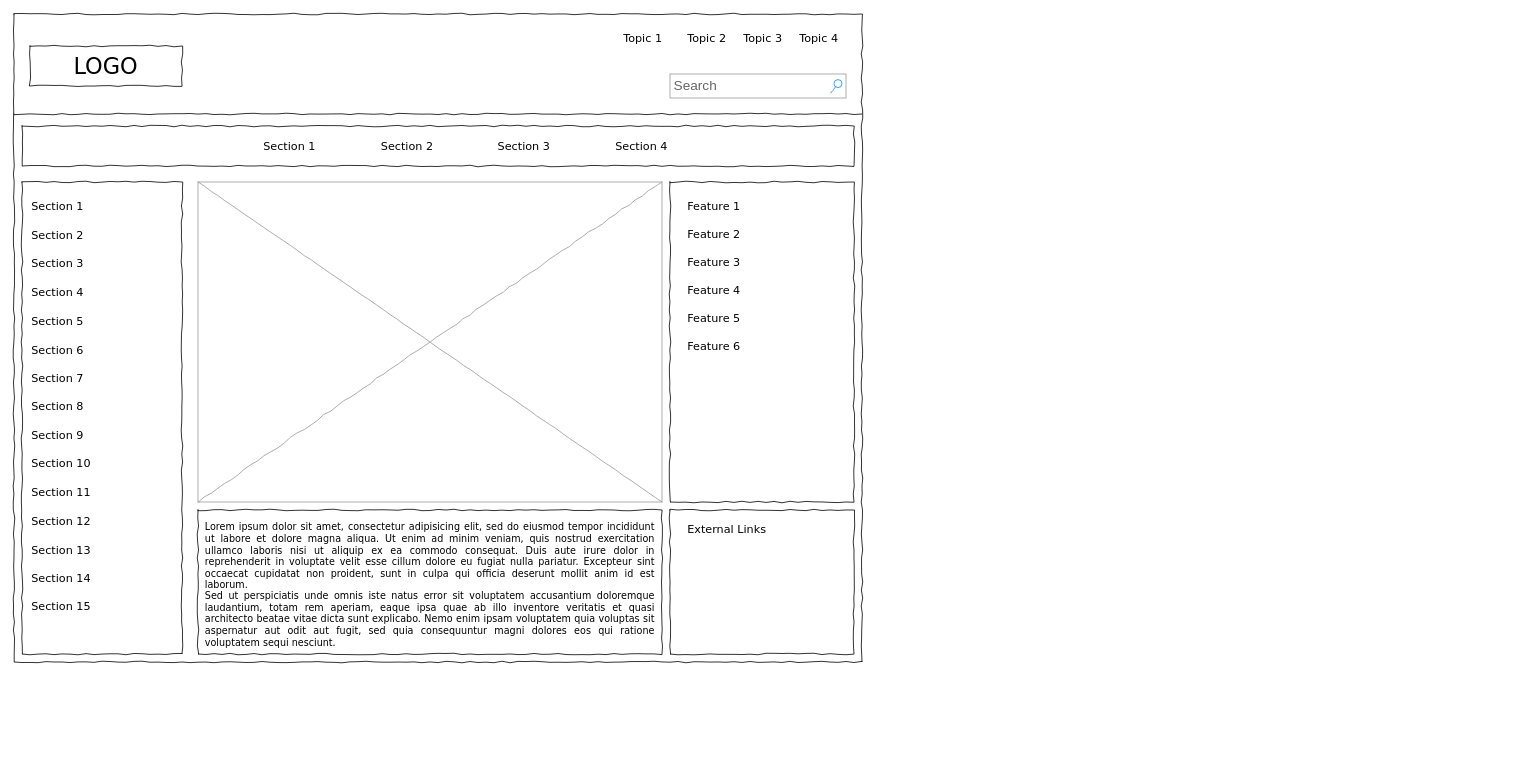
Above: Untitled Diagram.drawio in s-bramer/ModelViz (draw.io), before the change. Source tidied: cells renumbered, new cells numbered last; positions are measured from the earlier drawing's top-left corner, leaving out a move shared by most shapes. Both pictures are drawn from the tidied source at 80%, with x=0, y=0 at pixel (14, 14).
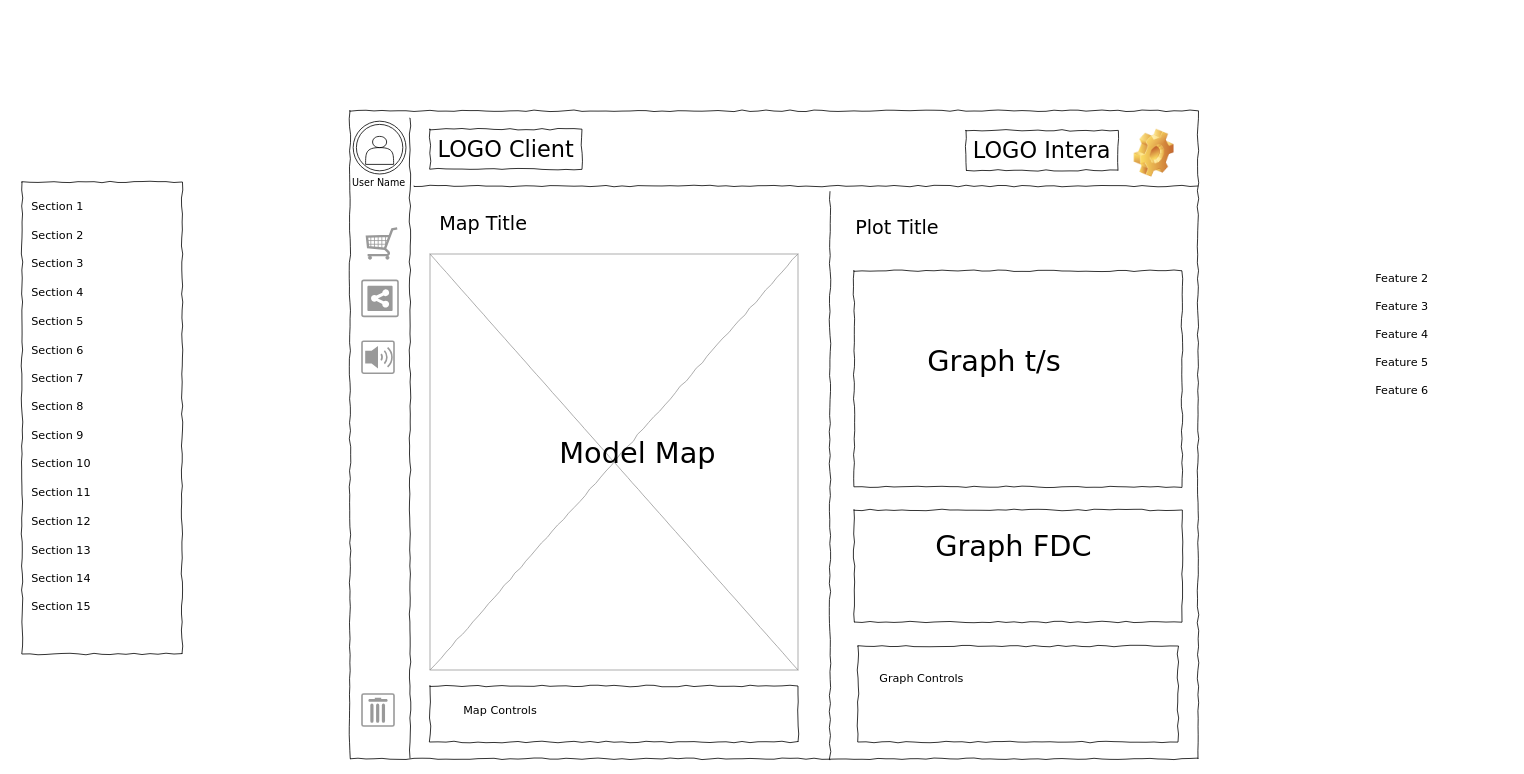
The same page after the edit.

Diff of the diagram source:
```diff
@@
+    <mxCell id="42" style="ellipse;shape=doubleEllipse;whiteSpace=wrap;html=1;" parent="1" vertex="1">
+      <mxGeometry x="424" y="134" width="66" height="66" as="geometry" />
+    </mxCell>
     <mxCell id="2" style="whiteSpace=wrap;html=1;rounded=0;shadow=0;labelBackgroundColor=none;strokeColor=#000000;strokeWidth=1;fillColor=none;fontFamily=Verdana;fontSize=12;fontColor=#000000;align=center;comic=1;" parent="1" vertex="1">
-      <mxGeometry width="1060" height="810" as="geometry" />
+      <mxGeometry x="420" y="121" width="1060" height="810" as="geometry" />
     </mxCell>
-    <mxCell id="3" value="LOGO" style="whiteSpace=wrap;html=1;rounded=0;shadow=0;labelBackgroundColor=none;strokeWidth=1;fontFamily=Verdana;fontSize=28;align=center;comic=1;" parent="1" vertex="1">
-      <mxGeometry x="20" y="40" width="190" height="50" as="geometry" />
+    <mxCell id="3" value="LOGO Client" style="whiteSpace=wrap;html=1;rounded=0;shadow=0;labelBackgroundColor=none;strokeWidth=1;fontFamily=Verdana;fontSize=28;align=center;comic=1;" parent="1" vertex="1">
+      <mxGeometry x="520" y="144" width="190" height="50" as="geometry" />
     </mxCell>
-    <mxCell id="4" value="Search" style="strokeWidth=1;shadow=0;dashed=0;align=center;html=1;shape=mxgraph.mockup.forms.searchBox;strokeColor=#999999;mainText=;strokeColor2=#008cff;fontColor=#666666;fontSize=17;align=left;spacingLeft=3;rounded=0;labelBackgroundColor=none;comic=1;" parent="1" vertex="1">
-      <mxGeometry x="820" y="75" width="220" height="30" as="geometry" />
-    </mxCell>
-    <mxCell id="5" value="Topic 1" style="text;html=1;align=left;verticalAlign=top;spacingTop=-4;fontSize=14;fontFamily=Verdana;" parent="1" vertex="1">
-      <mxGeometry x="760" y="20" width="60" height="20" as="geometry" />
-    </mxCell>
-    <mxCell id="6" value="Topic 2" style="text;html=1;align=left;verticalAlign=top;spacingTop=-4;fontSize=14;fontFamily=Verdana;" parent="1" vertex="1">
-      <mxGeometry x="840" y="20" width="60" height="20" as="geometry" />
-    </mxCell>
-    <mxCell id="7" value="Topic 3" style="text;html=1;align=left;verticalAlign=top;spacingTop=-4;fontSize=14;fontFamily=Verdana;" parent="1" vertex="1">
-      <mxGeometry x="910" y="20" width="60" height="20" as="geometry" />
-    </mxCell>
-    <mxCell id="8" value="Topic 4" style="text;html=1;align=left;verticalAlign=top;spacingTop=-4;fontSize=14;fontFamily=Verdana;" parent="1" vertex="1">
-      <mxGeometry x="980" y="20" width="60" height="20" as="geometry" />
-    </mxCell>
@@
     <mxCell id="10" style="line;strokeWidth=1;html=1;rounded=0;shadow=0;labelBackgroundColor=none;fillColor=none;fontFamily=Verdana;fontSize=14;fontColor=#000000;align=center;comic=1;" parent="1" vertex="1">
-      <mxGeometry y="120" width="1060" height="10" as="geometry" />
+      <mxGeometry x="500" y="210" width="980" height="10" as="geometry" />
     </mxCell>
-    <mxCell id="11" style="whiteSpace=wrap;html=1;rounded=0;shadow=0;labelBackgroundColor=none;strokeWidth=1;fillColor=none;fontFamily=Verdana;fontSize=12;align=center;comic=1;" parent="1" vertex="1">
-      <mxGeometry x="10" y="140" width="1040" height="50" as="geometry" />
-    </mxCell>
-    <mxCell id="12" value="Section 1" style="text;html=1;align=left;verticalAlign=top;spacingTop=-4;fontSize=14;fontFamily=Verdana;" parent="1" vertex="1">
-      <mxGeometry x="310" y="155" width="60" height="20" as="geometry" />
+    <mxCell id="12" value="&lt;font style=&quot;font-size: 24px;&quot;&gt;Map Title&lt;/font&gt;" style="text;html=1;align=left;verticalAlign=top;spacingTop=-4;fontSize=14;fontFamily=Verdana;" parent="1" vertex="1">
+      <mxGeometry x="530" y="246" width="130" height="34" as="geometry" />
     </mxCell>
-    <mxCell id="13" value="Section 2" style="text;html=1;align=left;verticalAlign=top;spacingTop=-4;fontSize=14;fontFamily=Verdana;" parent="1" vertex="1">
-      <mxGeometry x="457" y="155" width="60" height="20" as="geometry" />
-    </mxCell>
-    <mxCell id="14" value="Section 3" style="text;html=1;align=left;verticalAlign=top;spacingTop=-4;fontSize=14;fontFamily=Verdana;" parent="1" vertex="1">
-      <mxGeometry x="603" y="155" width="60" height="20" as="geometry" />
-    </mxCell>
-    <mxCell id="15" value="Section 4" style="text;html=1;align=left;verticalAlign=top;spacingTop=-4;fontSize=14;fontFamily=Verdana;" parent="1" vertex="1">
-      <mxGeometry x="750" y="155" width="60" height="20" as="geometry" />
-    </mxCell>
-    <mxCell id="16" value="&lt;div style=&quot;text-align: justify&quot;&gt;&lt;span&gt;Lorem ipsum dolor sit amet, consectetur adipisicing elit, sed do eiusmod tempor incididunt ut labore et dolore magna aliqua. Ut enim ad minim veniam, quis nostrud exercitation ullamco laboris nisi ut aliquip ex ea commodo consequat. Duis aute irure dolor in reprehenderit in voluptate velit esse cillum dolore eu fugiat nulla pariatur. Excepteur sint occaecat cupidatat non proident, sunt in culpa qui officia deserunt mollit anim id est laborum.&lt;/span&gt;&lt;/div&gt;&lt;div style=&quot;text-align: justify&quot;&gt;&lt;span&gt;Sed ut perspiciatis unde omnis iste natus error sit voluptatem accusantium doloremque laudantium, totam rem aperiam, eaque ipsa quae ab illo inventore veritatis et quasi architecto beatae vitae dicta sunt explicabo. Nemo enim ipsam voluptatem quia voluptas sit aspernatur aut odit aut fugit, sed quia consequuntur magni dolores eos qui ratione voluptatem sequi nesciunt.&amp;nbsp;&lt;/span&gt;&lt;/div&gt;" style="whiteSpace=wrap;html=1;rounded=0;shadow=0;labelBackgroundColor=none;strokeWidth=1;fillColor=none;fontFamily=Verdana;fontSize=12;align=center;verticalAlign=top;spacing=10;comic=1;" parent="1" vertex="1">
-      <mxGeometry x="230" y="620" width="580" height="180" as="geometry" />
-    </mxCell>
     <mxCell id="17" style="verticalLabelPosition=bottom;shadow=0;dashed=0;align=center;html=1;verticalAlign=top;strokeWidth=1;shape=mxgraph.mockup.graphics.simpleIcon;strokeColor=#999999;rounded=0;labelBackgroundColor=none;fontFamily=Verdana;fontSize=14;fontColor=#000000;comic=1;" parent="1" vertex="1">
-      <mxGeometry x="230" y="210" width="580" height="400" as="geometry" />
+      <mxGeometry x="520" y="300" width="460" height="520" as="geometry" />
     </mxCell>
     <mxCell id="18" style="whiteSpace=wrap;html=1;rounded=0;shadow=0;labelBackgroundColor=none;strokeWidth=1;fillColor=none;fontFamily=Verdana;fontSize=12;align=center;comic=1;" parent="1" vertex="1">
-      <mxGeometry x="820" y="210" width="230" height="400" as="geometry" />
+      <mxGeometry x="1050" y="321" width="410" height="270" as="geometry" />
     </mxCell>
     <mxCell id="19" style="whiteSpace=wrap;html=1;rounded=0;shadow=0;labelBackgroundColor=none;strokeWidth=1;fillColor=none;fontFamily=Verdana;fontSize=12;align=center;comic=1;" parent="1" vertex="1">
-      <mxGeometry x="820" y="620" width="230" height="180" as="geometry" />
+      <mxGeometry x="1055" y="790" width="400" height="120" as="geometry" />
     </mxCell>
@@
-    <mxCell id="35" value="External Links" style="text;html=1;align=left;verticalAlign=top;spacingTop=-4;fontSize=14;fontFamily=Verdana;" parent="1" vertex="1">
-      <mxGeometry x="840" y="633" width="170" height="20" as="geometry" />
+    <mxCell id="35" value="&lt;font style=&quot;font-size: 36px;&quot;&gt;Graph t/s&lt;/font&gt;" style="text;html=1;align=left;verticalAlign=top;spacingTop=-4;fontSize=14;fontFamily=Verdana;" parent="1" vertex="1">
+      <mxGeometry x="1140" y="410" width="195" height="57" as="geometry" />
     </mxCell>
-    <mxCell id="36" value="Feature 1" style="text;html=1;align=left;verticalAlign=top;spacingTop=-4;fontSize=14;fontFamily=Verdana;" parent="1" vertex="1">
-      <mxGeometry x="840" y="230" width="170" height="20" as="geometry" />
-    </mxCell>
     <mxCell id="37" value="Feature 2" style="text;html=1;align=left;verticalAlign=top;spacingTop=-4;fontSize=14;fontFamily=Verdana;" parent="1" vertex="1">
-      <mxGeometry x="840" y="265" width="170" height="20" as="geometry" />
+      <mxGeometry x="1700" y="320" width="170" height="20" as="geometry" />
     </mxCell>
     <mxCell id="38" value="Feature 3" style="text;html=1;align=left;verticalAlign=top;spacingTop=-4;fontSize=14;fontFamily=Verdana;" parent="1" vertex="1">
-      <mxGeometry x="840" y="300" width="170" height="20" as="geometry" />
+      <mxGeometry x="1700" y="355" width="170" height="20" as="geometry" />
     </mxCell>
     <mxCell id="39" value="Feature 4" style="text;html=1;align=left;verticalAlign=top;spacingTop=-4;fontSize=14;fontFamily=Verdana;" parent="1" vertex="1">
-      <mxGeometry x="840" y="335" width="170" height="20" as="geometry" />
+      <mxGeometry x="1700" y="390" width="170" height="20" as="geometry" />
     </mxCell>
     <mxCell id="40" value="Feature 5" style="text;html=1;align=left;verticalAlign=top;spacingTop=-4;fontSize=14;fontFamily=Verdana;" parent="1" vertex="1">
-      <mxGeometry x="840" y="370" width="170" height="20" as="geometry" />
+      <mxGeometry x="1700" y="425" width="170" height="20" as="geometry" />
     </mxCell>
     <mxCell id="41" value="Feature 6" style="text;html=1;align=left;verticalAlign=top;spacingTop=-4;fontSize=14;fontFamily=Verdana;" parent="1" vertex="1">
-      <mxGeometry x="840" y="405" width="170" height="20" as="geometry" />
+      <mxGeometry x="1700" y="460" width="170" height="20" as="geometry" />
     </mxCell>
+    <mxCell id="43" style="whiteSpace=wrap;html=1;rounded=0;shadow=0;labelBackgroundColor=none;strokeWidth=1;fillColor=none;fontFamily=Verdana;fontSize=12;align=center;comic=1;" parent="1" vertex="1">
+      <mxGeometry x="520" y="840" width="460" height="70" as="geometry" />
+    </mxCell>
+    <mxCell id="36" value="Map Controls" style="text;html=1;align=left;verticalAlign=top;spacingTop=-4;fontSize=14;fontFamily=Verdana;" parent="1" vertex="1">
+      <mxGeometry x="560" y="860" width="170" height="20" as="geometry" />
+    </mxCell>
+    <mxCell id="44" value="LOGO Intera" style="whiteSpace=wrap;html=1;rounded=0;shadow=0;labelBackgroundColor=none;strokeWidth=1;fontFamily=Verdana;fontSize=28;align=center;comic=1;" parent="1" vertex="1">
+      <mxGeometry x="1190" y="145.5" width="190" height="50" as="geometry" />
+    </mxCell>
+    <mxCell id="45" value="&lt;font style=&quot;font-size: 36px;&quot;&gt;Model Map&lt;/font&gt;" style="text;html=1;align=left;verticalAlign=top;spacingTop=-4;fontSize=14;fontFamily=Verdana;" parent="1" vertex="1">
+      <mxGeometry x="680" y="525" width="210" height="60" as="geometry" />
+    </mxCell>
+    <mxCell id="46" style="line;strokeWidth=1;html=1;rounded=0;shadow=0;labelBackgroundColor=none;fillColor=none;fontFamily=Verdana;fontSize=14;fontColor=#000000;align=center;comic=1;rotation=-90;" parent="1" vertex="1">
+      <mxGeometry x="665" y="572" width="710" height="10" as="geometry" />
+    </mxCell>
+    <mxCell id="47" value="Graph Controls" style="text;html=1;align=left;verticalAlign=top;spacingTop=-4;fontSize=14;fontFamily=Verdana;" parent="1" vertex="1">
+      <mxGeometry x="1080" y="820" width="170" height="20" as="geometry" />
+    </mxCell>
+    <mxCell id="48" style="whiteSpace=wrap;html=1;rounded=0;shadow=0;labelBackgroundColor=none;strokeWidth=1;fillColor=none;fontFamily=Verdana;fontSize=12;align=center;comic=1;" parent="1" vertex="1">
+      <mxGeometry x="1050" y="620" width="410" height="140" as="geometry" />
+    </mxCell>
+    <mxCell id="49" value="&lt;font style=&quot;font-size: 36px;&quot;&gt;Graph FDC&lt;/font&gt;" style="text;html=1;align=left;verticalAlign=top;spacingTop=-4;fontSize=14;fontFamily=Verdana;" parent="1" vertex="1">
+      <mxGeometry x="1150" y="640.5" width="215" height="59.5" as="geometry" />
+    </mxCell>
+    <mxCell id="50" style="line;strokeWidth=1;html=1;rounded=0;shadow=0;labelBackgroundColor=none;fillColor=none;fontFamily=Verdana;fontSize=14;fontColor=#000000;align=center;comic=1;rotation=90;" parent="1" vertex="1">
+      <mxGeometry x="95" y="525" width="800" height="10" as="geometry" />
+    </mxCell>
+    <mxCell id="51" value="&lt;font style=&quot;font-size: 24px;&quot;&gt;Plot Title&lt;/font&gt;" style="text;html=1;align=left;verticalAlign=top;spacingTop=-4;fontSize=14;fontFamily=Verdana;" parent="1" vertex="1">
+      <mxGeometry x="1050" y="250" width="130" height="24" as="geometry" />
+    </mxCell>
+    <mxCell id="52" style="shape=image;html=1;verticalLabelPosition=bottom;verticalAlign=top;imageAspect=0;image=img/clipart/Gear_128x128.png;" parent="1" vertex="1">
+      <mxGeometry x="1400" y="144" width="50" height="60" as="geometry" />
+    </mxCell>
+    <mxCell id="53" style="strokeColor=#999999;verticalLabelPosition=bottom;shadow=0;dashed=0;verticalAlign=top;strokeWidth=2;html=1;shape=mxgraph.mockup.misc.shareIcon;" parent="1" vertex="1">
+      <mxGeometry x="435" y="333" width="45" height="45" as="geometry" />
+    </mxCell>
+    <mxCell id="54" style="strokeColor=#999999;verticalLabelPosition=bottom;shadow=0;dashed=0;verticalAlign=top;strokeWidth=2;html=1;shape=mxgraph.mockup.misc.volumeIcon;" parent="1" vertex="1">
+      <mxGeometry x="435" y="409" width="40" height="40" as="geometry" />
+    </mxCell>
+    <mxCell id="55" style="strokeColor=#999999;verticalLabelPosition=bottom;shadow=0;dashed=0;verticalAlign=top;strokeWidth=2;html=1;shape=mxgraph.mockup.misc.trashcanIcon;" parent="1" vertex="1">
+      <mxGeometry x="435" y="850" width="40" height="40" as="geometry" />
+    </mxCell>
+    <mxCell id="56" style="verticalLabelPosition=bottom;shadow=0;dashed=0;align=center;html=1;verticalAlign=top;strokeWidth=1;shape=mxgraph.mockup.misc.shoppingCart;strokeColor=#999999;" parent="1" vertex="1">
+      <mxGeometry x="440" y="267" width="40" height="40" as="geometry" />
+    </mxCell>
+    <mxCell id="57" style="shape=actor;whiteSpace=wrap;html=1;" parent="1" vertex="1">
+      <mxGeometry x="439.5" y="153" width="35" height="35" as="geometry" />
+    </mxCell>
+    <mxCell id="58" value="&lt;font style=&quot;font-size: 12px;&quot;&gt;User Name&lt;/font&gt;" style="text;html=1;align=left;verticalAlign=top;spacingTop=-4;fontSize=14;fontFamily=Verdana;" parent="1" vertex="1">
+      <mxGeometry x="421" y="200" width="66" height="32" as="geometry" />
+    </mxCell>
```
